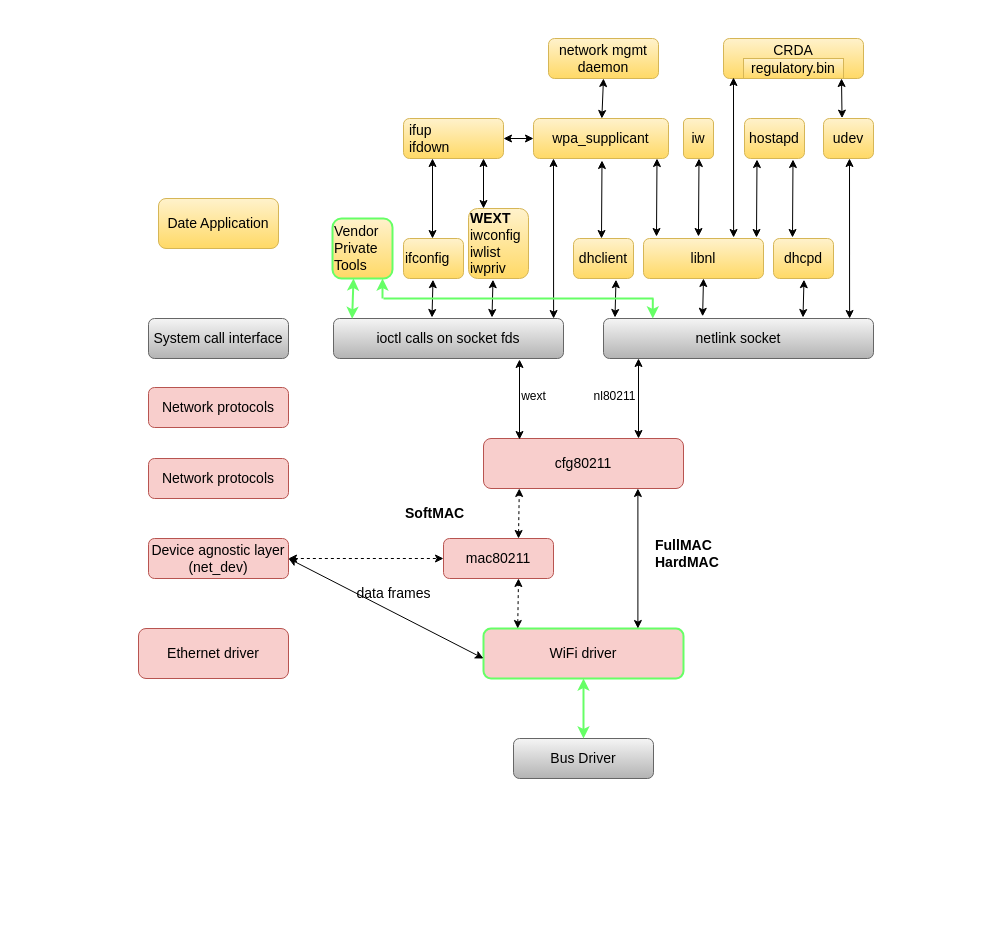
This is WiFi_software.drawio from zuixin369/block_diagram, a draw.io file, before an edit. Source tidied: cells renumbered, new cells numbered last; positions are measured from the earlier drawing's top-left corner, leaving out a move shared by most shapes. Both pictures are drawn from the tidied source at 100%, with x=0, y=0 at pixel (138, 38).
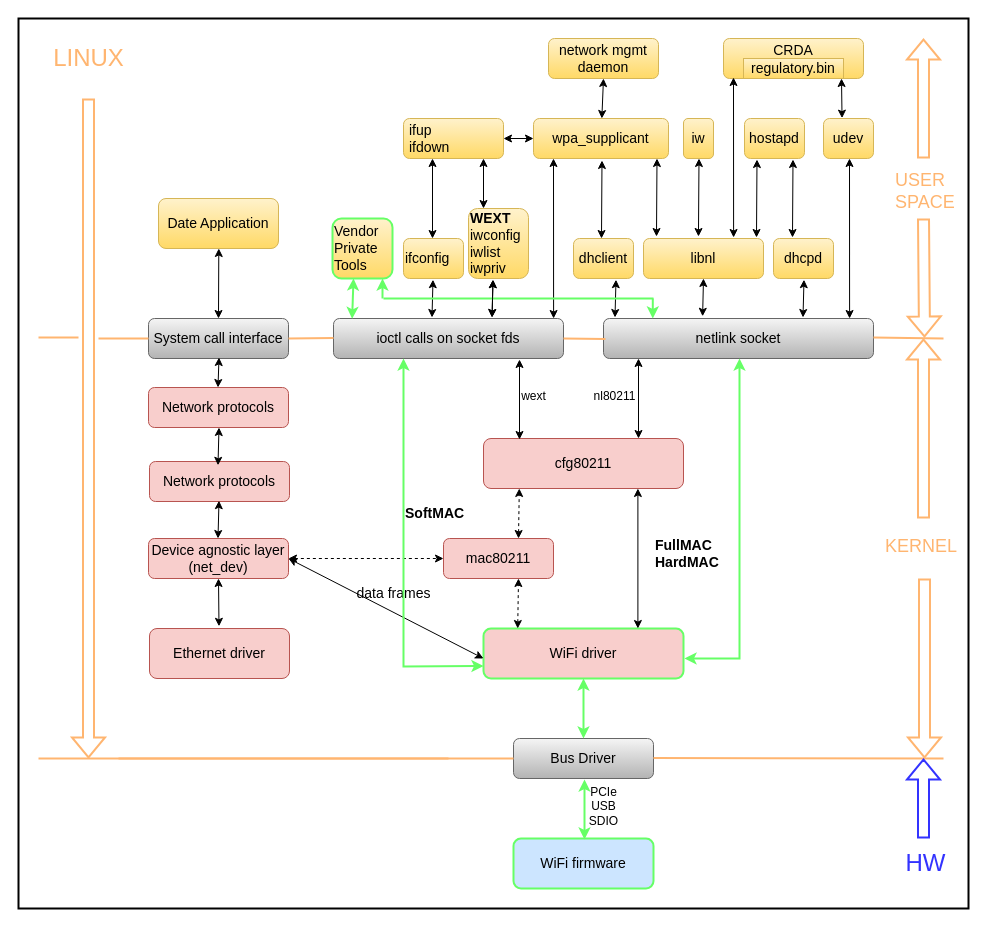
The same page after the edit.

The change refers to these unchanged cells:
```xml
<mxCell id="5" value="WiFi driver" style="rounded=1;whiteSpace=wrap;html=1;fontSize=14;fillColor=#f8cecc;strokeColor=#66FF66;strokeWidth=2;" parent="1" vertex="1">
  <mxGeometry x="345" y="590" width="200" height="50" as="geometry" />
</mxCell>
<mxCell id="14" value="&lt;div&gt;Device agnostic layer&lt;/div&gt;&lt;div&gt;(net_dev)&lt;br&gt;&lt;/div&gt;" style="rounded=1;whiteSpace=wrap;html=1;fontSize=14;fillColor=#f8cecc;strokeColor=#b85450;" parent="1" vertex="1">
  <mxGeometry x="10" y="500" width="140" height="40" as="geometry" />
</mxCell>
<mxCell id="19" value="System call interface" style="rounded=1;whiteSpace=wrap;html=1;fontSize=14;fillColor=#f5f5f5;strokeColor=#666666;gradientColor=#b3b3b3;" parent="1" vertex="1">
  <mxGeometry x="10" y="280" width="140" height="40" as="geometry" />
</mxCell>
<mxCell id="24" value="Bus Driver" style="rounded=1;whiteSpace=wrap;html=1;fontSize=14;fillColor=#f5f5f5;strokeColor=#666666;gradientColor=#b3b3b3;" parent="1" vertex="1">
  <mxGeometry x="375" y="700" width="140" height="40" as="geometry" />
</mxCell>
```

What changed in the source:
```diff
@@
     <mxCell id="13" value="Ethernet driver" style="rounded=1;whiteSpace=wrap;html=1;fontSize=14;fillColor=#f8cecc;strokeColor=#b85450;" parent="1" vertex="1">
-      <mxGeometry y="590" width="150" height="50" as="geometry" />
+      <mxGeometry x="11" y="590" width="140" height="50" as="geometry" />
     </mxCell>
@@
     <mxCell id="17" value="Network protocols" style="rounded=1;whiteSpace=wrap;html=1;fontSize=14;fillColor=#f8cecc;strokeColor=#b85450;" parent="1" vertex="1">
-      <mxGeometry x="10" y="420" width="140" height="40" as="geometry" />
+      <mxGeometry x="11" y="423" width="140" height="40" as="geometry" />
     </mxCell>
@@
+    <mxCell id="63" style="endArrow=classic;startArrow=classic;html=1;rounded=0;strokeColor=#66FF66;strokeWidth=2;fontSize=14;entryX=0.5;entryY=1;entryDx=0;entryDy=0;" parent="1" edge="1">
+      <mxGeometry relative="1" as="geometry">
+        <mxPoint x="546" y="620" as="sourcePoint" />
+        <mxPoint x="601" y="320" as="targetPoint" />
+        <Array as="points">
+          <mxPoint x="601" y="620" />
+        </Array>
+      </mxGeometry>
+    </mxCell>
+    <mxCell id="64" style="endArrow=classic;startArrow=classic;html=1;rounded=0;strokeColor=#66FF66;strokeWidth=2;fontSize=14;exitX=0;exitY=0.75;exitDx=0;exitDy=0;" parent="1" edge="1" source="5">
+      <mxGeometry relative="1" as="geometry">
+        <mxPoint x="265" y="320" as="targetPoint" />
+        <Array as="points">
+          <mxPoint x="265" y="628" />
+        </Array>
+      </mxGeometry>
+    </mxCell>
+    <mxCell id="65" style="endArrow=none;html=1;rounded=0;strokeColor=#FFB570;strokeWidth=2;fontSize=14;fillColor=#f0a30a;" parent="1" edge="1">
+      <mxGeometry relative="1" as="geometry">
+        <mxPoint x="150" y="299.9" as="sourcePoint" />
+        <mxPoint x="195" y="299.6" as="targetPoint" />
+      </mxGeometry>
+    </mxCell>
+    <mxCell id="66" style="endArrow=none;html=1;rounded=0;strokeColor=#FFB570;strokeWidth=2;fontSize=14;fillColor=#f0a30a;" parent="1" edge="1">
+      <mxGeometry relative="1" as="geometry">
+        <mxPoint x="425" y="300" as="sourcePoint" />
+        <mxPoint x="467" y="300.6" as="targetPoint" />
+      </mxGeometry>
+    </mxCell>
+    <mxCell id="67" style="endArrow=none;html=1;rounded=0;strokeColor=#FFB570;strokeWidth=2;fontSize=14;fillColor=#f0a30a;" parent="1" edge="1">
+      <mxGeometry relative="1" as="geometry">
+        <mxPoint x="735" y="299" as="sourcePoint" />
+        <mxPoint x="805" y="300" as="targetPoint" />
+      </mxGeometry>
+    </mxCell>
+    <mxCell id="68" style="shape=flexArrow;endArrow=classic;html=1;rounded=0;strokeColor=#FFB570;strokeWidth=2;fontSize=14;" parent="1" edge="1">
+      <mxGeometry relative="1" as="geometry">
+        <mxPoint x="785" y="120" as="sourcePoint" />
+        <mxPoint x="785" as="targetPoint" />
+      </mxGeometry>
+    </mxCell>
+    <mxCell id="69" style="shape=flexArrow;endArrow=classic;html=1;rounded=0;strokeColor=#FFB570;strokeWidth=2;fontSize=14;" parent="1" edge="1">
+      <mxGeometry relative="1" as="geometry">
+        <mxPoint x="785" y="180" as="sourcePoint" />
+        <mxPoint x="786" y="299" as="targetPoint" />
+      </mxGeometry>
+    </mxCell>
+    <mxCell id="70" value="USER&lt;br style=&quot;font-size: 18px;&quot;&gt;SPACE" style="text;html=1;align=left;verticalAlign=middle;strokeColor=none;fillColor=none;fontSize=18;fontColor=#FFB570;" parent="1" vertex="1">
+      <mxGeometry x="755" y="123" width="80" height="60" as="geometry" />
+    </mxCell>
+    <mxCell id="71" style="endArrow=none;html=1;rounded=0;strokeColor=#FFB570;strokeWidth=2;fontSize=14;fillColor=#f0a30a;entryX=0;entryY=0.5;entryDx=0;entryDy=0;" parent="1" edge="1" target="24">
+      <mxGeometry relative="1" as="geometry">
+        <mxPoint x="-100" y="720" as="sourcePoint" />
+      </mxGeometry>
+    </mxCell>
+    <mxCell id="72" style="endArrow=none;html=1;rounded=0;strokeColor=#FFB570;strokeWidth=2;fontSize=14;fillColor=#f0a30a;" parent="1" edge="1">
+      <mxGeometry relative="1" as="geometry">
+        <mxPoint x="515" y="719.6" as="sourcePoint" />
+        <mxPoint x="805" y="720" as="targetPoint" />
+      </mxGeometry>
+    </mxCell>
+    <mxCell id="73" style="endArrow=none;html=1;rounded=0;strokeColor=#FFB570;strokeWidth=2;fontSize=14;fillColor=#f0a30a;entryX=0;entryY=0.5;entryDx=0;entryDy=0;" parent="1" edge="1">
+      <mxGeometry relative="1" as="geometry">
+        <mxPoint x="-20" y="720" as="sourcePoint" />
+        <mxPoint x="310" y="720" as="targetPoint" />
+      </mxGeometry>
+    </mxCell>
+    <mxCell id="74" style="shape=flexArrow;endArrow=classic;html=1;rounded=0;strokeColor=#FFB570;strokeWidth=2;fontSize=14;" parent="1" edge="1">
+      <mxGeometry relative="1" as="geometry">
+        <mxPoint x="785" y="480" as="sourcePoint" />
+        <mxPoint x="785" y="300" as="targetPoint" />
+      </mxGeometry>
+    </mxCell>
+    <mxCell id="75" style="shape=flexArrow;endArrow=classic;html=1;rounded=0;strokeColor=#FFB570;strokeWidth=2;fontSize=14;" parent="1" edge="1">
+      <mxGeometry relative="1" as="geometry">
+        <mxPoint x="786" y="540" as="sourcePoint" />
+        <mxPoint x="786" y="720" as="targetPoint" />
+      </mxGeometry>
+    </mxCell>
+    <mxCell id="76" value="KERNEL" style="text;html=1;align=left;verticalAlign=middle;strokeColor=none;fillColor=none;fontSize=18;fontColor=#FFB570;" parent="1" vertex="1">
+      <mxGeometry x="745" y="488" width="100" height="40" as="geometry" />
+    </mxCell>
+    <mxCell id="77" style="endArrow=classic;startArrow=classic;html=1;rounded=0;fontSize=14;exitX=0.5;exitY=0;exitDx=0;exitDy=0;" parent="1" edge="1" source="19">
+      <mxGeometry relative="1" as="geometry">
+        <mxPoint x="80.3" y="210" as="targetPoint" />
+      </mxGeometry>
+    </mxCell>
+    <mxCell id="78" style="endArrow=classic;startArrow=classic;html=1;rounded=0;fontSize=14;exitX=0.367;exitY=-0.054;exitDx=0;exitDy=0;exitPerimeter=0;" parent="1" edge="1">
+      <mxGeometry relative="1" as="geometry">
+        <mxPoint x="353.6" y="279" as="sourcePoint" />
+        <mxPoint x="354.5" y="241.2" as="targetPoint" />
+      </mxGeometry>
+    </mxCell>
+    <mxCell id="79" style="endArrow=classic;startArrow=classic;html=1;rounded=0;fontSize=14;exitX=0.367;exitY=-0.054;exitDx=0;exitDy=0;exitPerimeter=0;entryX=0.5;entryY=1;entryDx=0;entryDy=0;" parent="1" edge="1" target="14">
+      <mxGeometry relative="1" as="geometry">
+        <mxPoint x="80.5" y="587.8" as="sourcePoint" />
+      </mxGeometry>
+    </mxCell>
+    <mxCell id="80" style="endArrow=classic;startArrow=classic;html=1;rounded=0;fontSize=14;" parent="1" edge="1">
+      <mxGeometry relative="1" as="geometry">
+        <mxPoint x="79.5" y="349" as="sourcePoint" />
+        <mxPoint x="80.5" y="319" as="targetPoint" />
+      </mxGeometry>
+    </mxCell>
+    <mxCell id="81" style="endArrow=classic;startArrow=classic;html=1;rounded=0;fontSize=14;exitX=0.367;exitY=-0.054;exitDx=0;exitDy=0;exitPerimeter=0;" parent="1" edge="1">
+      <mxGeometry relative="1" as="geometry">
+        <mxPoint x="79.5" y="426.8" as="sourcePoint" />
+        <mxPoint x="80.5" y="389" as="targetPoint" />
+      </mxGeometry>
+    </mxCell>
+    <mxCell id="82" style="endArrow=classic;startArrow=classic;html=1;rounded=0;fontSize=14;exitX=0.367;exitY=-0.054;exitDx=0;exitDy=0;exitPerimeter=0;" parent="1" edge="1">
+      <mxGeometry relative="1" as="geometry">
+        <mxPoint x="79.5" y="500" as="sourcePoint" />
+        <mxPoint x="80.5" y="462.2" as="targetPoint" />
+      </mxGeometry>
+    </mxCell>
+    <mxCell id="83" style="endArrow=none;html=1;rounded=0;strokeColor=#FFB570;strokeWidth=2;fontSize=14;fillColor=#f0a30a;entryX=0;entryY=0.5;entryDx=0;entryDy=0;" parent="1" edge="1" target="19">
+      <mxGeometry relative="1" as="geometry">
+        <mxPoint x="-40" y="300" as="sourcePoint" />
+      </mxGeometry>
+    </mxCell>
+    <mxCell id="84" style="shape=flexArrow;endArrow=classic;html=1;rounded=0;strokeColor=#FFB570;strokeWidth=2;fontSize=14;" parent="1" edge="1">
+      <mxGeometry relative="1" as="geometry">
+        <mxPoint x="-50" y="60" as="sourcePoint" />
+        <mxPoint x="-50" y="720" as="targetPoint" />
+      </mxGeometry>
+    </mxCell>
+    <mxCell id="85" value="LINUX" style="text;html=1;align=center;verticalAlign=middle;strokeColor=none;fillColor=none;fontSize=24;fontColor=#FFB570;" parent="1" vertex="1">
+      <mxGeometry x="-95" width="90" height="40" as="geometry" />
+    </mxCell>
+    <mxCell id="86" style="endArrow=none;html=1;rounded=0;strokeColor=#FFB570;strokeWidth=2;fontSize=14;fillColor=#f0a30a;" parent="1" edge="1">
+      <mxGeometry relative="1" as="geometry">
+        <mxPoint x="-100" y="299" as="sourcePoint" />
+        <mxPoint x="-60" y="299" as="targetPoint" />
+      </mxGeometry>
+    </mxCell>
+    <mxCell id="87" value="WiFi firmware" style="rounded=1;whiteSpace=wrap;html=1;fontSize=14;fillColor=#cce5ff;strokeColor=#66FF66;strokeWidth=2;" parent="1" vertex="1">
+      <mxGeometry x="375" y="800" width="140" height="50" as="geometry" />
+    </mxCell>
+    <mxCell id="88" style="endArrow=classic;startArrow=classic;html=1;rounded=0;fontSize=14;exitX=0.5;exitY=0;exitDx=0;exitDy=0;strokeColor=#66FF66;strokeWidth=2;" parent="1" edge="1">
+      <mxGeometry relative="1" as="geometry">
+        <mxPoint x="446" y="801" as="sourcePoint" />
+        <mxPoint x="446" y="741" as="targetPoint" />
+        <Array as="points">
+          <mxPoint x="446" y="770" />
+        </Array>
+      </mxGeometry>
+    </mxCell>
+    <mxCell id="89" style="shape=flexArrow;endArrow=classic;html=1;rounded=0;strokeColor=#3333FF;strokeWidth=2;fontSize=24;fontColor=#FFB570;" parent="1" edge="1">
+      <mxGeometry relative="1" as="geometry">
+        <mxPoint x="785" y="800" as="sourcePoint" />
+        <mxPoint x="785" y="720" as="targetPoint" />
+      </mxGeometry>
+    </mxCell>
+    <mxCell id="90" value="HW" style="text;html=1;align=center;verticalAlign=middle;strokeColor=none;fillColor=none;fontSize=24;fontColor=#3333FF;rounded=1;strokeWidth=2;" parent="1" vertex="1">
+      <mxGeometry x="757" y="805" width="60" height="40" as="geometry" />
+    </mxCell>
+    <mxCell id="91" value="PCIe&lt;br style=&quot;font-size: 12px;&quot;&gt;&lt;div style=&quot;font-size: 12px;&quot;&gt;USB&lt;/div&gt;&lt;div style=&quot;font-size: 12px;&quot;&gt;SDIO&lt;br style=&quot;font-size: 12px;&quot;&gt;&lt;/div&gt;" style="text;html=1;align=center;verticalAlign=middle;strokeColor=none;fillColor=none;fontSize=12;fontColor=#000000;" parent="1" vertex="1">
+      <mxGeometry x="440" y="738" width="50" height="60" as="geometry" />
+    </mxCell>
+    <mxCell id="92" style="rounded=0;whiteSpace=wrap;html=1;strokeColor=#000000;strokeWidth=2;fontSize=12;fontColor=#000000;fillStyle=hatch;fillColor=none;" parent="1" vertex="1">
+      <mxGeometry x="-120" y="-20" width="950" height="890" as="geometry" />
+    </mxCell>
```
